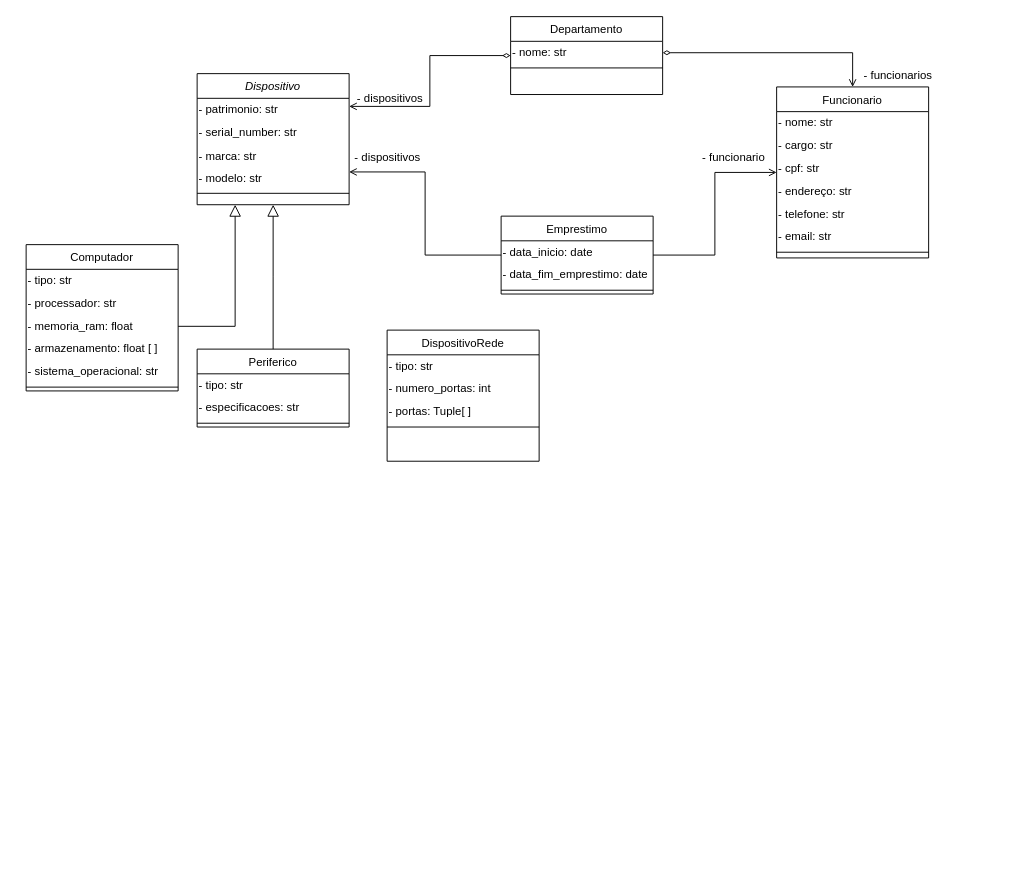
Earlier version of the draw.io diagram Diagrama sem nome.drawio (l-eduardo/dso_ufsc). Source tidied: cells renumbered, new cells numbered last; positions are measured from the earlier drawing's top-left corner, leaving out a move shared by most shapes. Both pictures are drawn from the tidied source at 95%, with x=0, y=0 at pixel (26, 16).
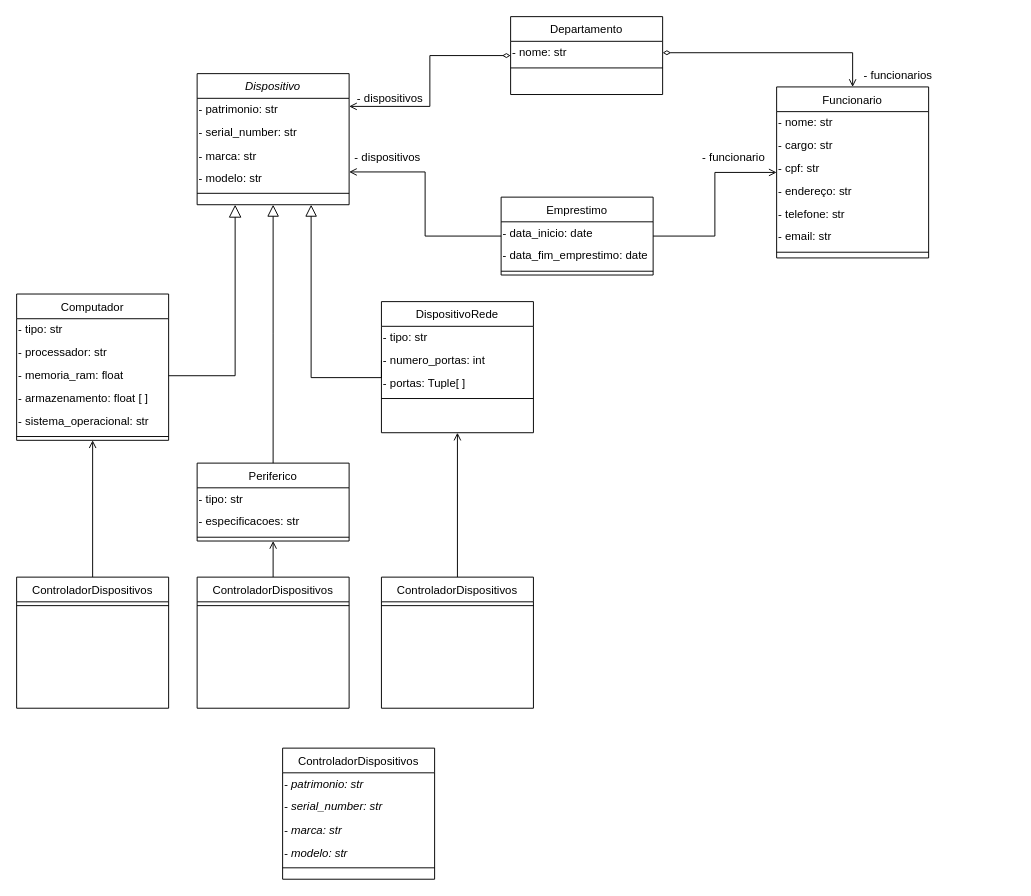
The same page after the edit.

Commit message:
Created controllers and abstract controller

The change refers to these unchanged cells:
```xml
<mxCell id="3" value="Dispositivo" style="swimlane;fontStyle=2;align=center;verticalAlign=top;horizontal=1;startSize=26;rounded=0;shadow=0;strokeWidth=1;" parent="1" vertex="1">
  <mxGeometry x="180" y="60" width="160" height="138" as="geometry" />
</mxCell>
<mxCell id="39" value="- memoria_ram: float" style="text;html=1;strokeColor=none;fillColor=none;align=left;verticalAlign=middle;whiteSpace=wrap;rounded=0;" parent="36" vertex="1">
  <mxGeometry y="74" width="160" height="24" as="geometry" />
</mxCell>
<mxCell id="46" value="- numero_portas: int" style="text;html=1;strokeColor=none;fillColor=none;align=left;verticalAlign=middle;whiteSpace=wrap;rounded=0;" parent="44" vertex="1">
  <mxGeometry y="50" width="160" height="24" as="geometry" />
</mxCell>
```

Diff of the diagram source:
```diff
@@
-    <mxCell id="4" value="- patrimonio: str" style="text;html=1;strokeColor=none;fillColor=none;align=left;verticalAlign=middle;whiteSpace=wrap;rounded=0;" parent="3" vertex="1">
+    <mxCell id="4" value="&lt;span&gt;- patrimonio: str&lt;/span&gt;" style="text;html=1;strokeColor=none;fillColor=none;align=left;verticalAlign=middle;whiteSpace=wrap;rounded=0;fontStyle=0;" parent="3" vertex="1">
       <mxGeometry y="26" width="160" height="24" as="geometry" />
     </mxCell>
-    <mxCell id="5" value="- serial_number: str" style="text;html=1;strokeColor=none;fillColor=none;align=left;verticalAlign=middle;whiteSpace=wrap;rounded=0;" parent="3" vertex="1">
+    <mxCell id="5" value="&lt;span&gt;- serial_number: str&lt;/span&gt;" style="text;html=1;strokeColor=none;fillColor=none;align=left;verticalAlign=middle;whiteSpace=wrap;rounded=0;fontStyle=0;" parent="3" vertex="1">
       <mxGeometry y="50" width="160" height="24" as="geometry" />
     </mxCell>
-    <mxCell id="6" value="- marca: str" style="text;html=1;strokeColor=none;fillColor=none;align=left;verticalAlign=middle;whiteSpace=wrap;rounded=0;spacing=2;" parent="3" vertex="1">
+    <mxCell id="6" value="&lt;span&gt;- marca: str&lt;/span&gt;" style="text;html=1;strokeColor=none;fillColor=none;align=left;verticalAlign=middle;whiteSpace=wrap;rounded=0;spacing=2;fontStyle=0;" parent="3" vertex="1">
       <mxGeometry y="74" width="160" height="26" as="geometry" />
     </mxCell>
-    <mxCell id="7" value="- modelo: str" style="text;html=1;strokeColor=none;fillColor=none;align=left;verticalAlign=middle;whiteSpace=wrap;rounded=0;spacing=2;" parent="3" vertex="1">
+    <mxCell id="7" value="&lt;span&gt;- modelo: str&lt;/span&gt;" style="text;html=1;strokeColor=none;fillColor=none;align=left;verticalAlign=middle;whiteSpace=wrap;rounded=0;spacing=2;fontStyle=0;" parent="3" vertex="1">
       <mxGeometry y="100" width="160" height="22" as="geometry" />
     </mxCell>
@@
     <mxCell id="9" value="Periferico" style="swimlane;fontStyle=0;align=center;verticalAlign=top;horizontal=1;startSize=26;rounded=0;shadow=0;strokeWidth=1;" parent="1" vertex="1">
-      <mxGeometry x="180" y="350" width="160" height="82" as="geometry" />
+      <mxGeometry x="180" y="470" width="160" height="82" as="geometry" />
     </mxCell>
@@
     <mxCell id="28" value="Emprestimo" style="swimlane;fontStyle=0;align=center;verticalAlign=top;horizontal=1;startSize=26;rounded=0;shadow=0;strokeWidth=1;" parent="1" vertex="1">
-      <mxGeometry x="500" y="210" width="160" height="82" as="geometry" />
+      <mxGeometry x="500" y="190" width="160" height="82" as="geometry" />
     </mxCell>
@@
     <mxCell id="36" value="Computador" style="swimlane;fontStyle=0;align=center;verticalAlign=top;horizontal=1;startSize=26;rounded=0;shadow=0;strokeWidth=1;" parent="1" vertex="1">
-      <mxGeometry y="240" width="160" height="154" as="geometry" />
+      <mxGeometry x="-10" y="292" width="160" height="154" as="geometry" />
     </mxCell>
@@
-    <mxCell id="43" style="edgeStyle=orthogonalEdgeStyle;rounded=0;jettySize=auto;html=1;exitX=1;exitY=0.5;exitDx=0;exitDy=0;entryX=0.25;entryY=1;entryDx=0;entryDy=0;endArrow=block;endFill=0;endSize=10;" parent="1" edge="1" source="39" target="3">
-      <mxGeometry relative="1" as="geometry" />
-    </mxCell>
     <mxCell id="44" value="DispositivoRede" style="swimlane;fontStyle=0;align=center;verticalAlign=top;horizontal=1;startSize=26;rounded=0;shadow=0;strokeWidth=1;" parent="1" vertex="1">
-      <mxGeometry x="380" y="330" width="160" height="138" as="geometry" />
+      <mxGeometry x="374" y="300" width="160" height="138" as="geometry" />
     </mxCell>
@@
+    <mxCell id="49" style="endArrow=block;endSize=10;endFill=0;shadow=0;strokeWidth=1;rounded=0;edgeStyle=elbowEdgeStyle;elbow=vertical;entryX=0.75;entryY=1;entryDx=0;entryDy=0;exitX=0;exitY=0.5;exitDx=0;exitDy=0;" parent="1" edge="1" source="46" target="3">
+      <mxGeometry relative="1" as="geometry">
+        <Array as="points">
+          <mxPoint x="340" y="380" />
+          <mxPoint x="380" y="320" />
+          <mxPoint x="360" y="340" />
+        </Array>
+      </mxGeometry>
+    </mxCell>
+    <mxCell id="43" style="edgeStyle=orthogonalEdgeStyle;rounded=0;jettySize=auto;html=1;exitX=1;exitY=0.5;exitDx=0;exitDy=0;entryX=0.25;entryY=1;entryDx=0;entryDy=0;endArrow=block;endFill=0;endSize=11;" parent="1" edge="1" source="39" target="3">
+      <mxGeometry relative="1" as="geometry" />
+    </mxCell>
+    <mxCell id="50" style="edgeStyle=orthogonalEdgeStyle;rounded=0;jettySize=auto;html=1;exitX=0.5;exitY=0;exitDx=0;exitDy=0;entryX=0.5;entryY=1;entryDx=0;entryDy=0;endArrow=open;endFill=0;" parent="1" edge="1" source="51" target="9">
+      <mxGeometry relative="1" as="geometry" />
+    </mxCell>
+    <mxCell id="51" value="ControladorDispositivos" style="swimlane;fontStyle=0;align=center;verticalAlign=top;horizontal=1;startSize=26;rounded=0;shadow=0;strokeWidth=1;" parent="1" vertex="1">
+      <mxGeometry x="180" y="590" width="160" height="138" as="geometry" />
+    </mxCell>
+    <mxCell id="52" style="line;html=1;strokeWidth=1;align=left;verticalAlign=middle;spacingTop=-1;spacingLeft=3;spacingRight=3;labelPosition=right;" parent="51" vertex="1">
+      <mxGeometry y="26" width="160" height="8" as="geometry" />
+    </mxCell>
+    <mxCell id="53" style="edgeStyle=orthogonalEdgeStyle;rounded=0;jettySize=auto;html=1;exitX=0.5;exitY=0;exitDx=0;exitDy=0;entryX=0.5;entryY=1;entryDx=0;entryDy=0;endArrow=open;endFill=0;" parent="1" edge="1" source="61" target="36">
+      <mxGeometry relative="1" as="geometry" />
+    </mxCell>
+    <mxCell id="54" style="edgeStyle=orthogonalEdgeStyle;rounded=0;jettySize=auto;html=1;exitX=0.5;exitY=0;exitDx=0;exitDy=0;entryX=0.5;entryY=1;entryDx=0;entryDy=0;endArrow=open;endFill=0;" parent="1" edge="1" source="63" target="44">
+      <mxGeometry relative="1" as="geometry" />
+    </mxCell>
+    <mxCell id="55" value="ControladorDispositivos" style="swimlane;fontStyle=0;align=center;verticalAlign=top;horizontal=1;startSize=26;rounded=0;shadow=0;strokeWidth=1;" parent="1" vertex="1">
+      <mxGeometry x="270" y="770" width="160" height="138" as="geometry" />
+    </mxCell>
+    <mxCell id="56" value="&lt;i&gt;- patrimonio: str&lt;/i&gt;" style="text;html=1;strokeColor=none;fillColor=none;align=left;verticalAlign=middle;whiteSpace=wrap;rounded=0;" parent="55" vertex="1">
+      <mxGeometry y="26" width="160" height="24" as="geometry" />
+    </mxCell>
+    <mxCell id="57" value="&lt;i&gt;- serial_number: str&lt;/i&gt;" style="text;html=1;strokeColor=none;fillColor=none;align=left;verticalAlign=middle;whiteSpace=wrap;rounded=0;" parent="55" vertex="1">
+      <mxGeometry y="50" width="160" height="24" as="geometry" />
+    </mxCell>
+    <mxCell id="58" value="&lt;i&gt;- marca: str&lt;/i&gt;" style="text;html=1;strokeColor=none;fillColor=none;align=left;verticalAlign=middle;whiteSpace=wrap;rounded=0;spacing=2;" parent="55" vertex="1">
+      <mxGeometry y="74" width="160" height="26" as="geometry" />
+    </mxCell>
+    <mxCell id="59" value="&lt;i&gt;- modelo: str&lt;/i&gt;" style="text;html=1;strokeColor=none;fillColor=none;align=left;verticalAlign=middle;whiteSpace=wrap;rounded=0;spacing=2;" parent="55" vertex="1">
+      <mxGeometry y="100" width="160" height="22" as="geometry" />
+    </mxCell>
+    <mxCell id="60" style="line;html=1;strokeWidth=1;align=left;verticalAlign=middle;spacingTop=-1;spacingLeft=3;spacingRight=3;labelPosition=right;" parent="55" vertex="1">
+      <mxGeometry y="122" width="160" height="8" as="geometry" />
+    </mxCell>
+    <mxCell id="61" value="ControladorDispositivos" style="swimlane;fontStyle=0;align=center;verticalAlign=top;horizontal=1;startSize=26;rounded=0;shadow=0;strokeWidth=1;" parent="1" vertex="1">
+      <mxGeometry x="-10" y="590" width="160" height="138" as="geometry" />
+    </mxCell>
+    <mxCell id="62" style="line;html=1;strokeWidth=1;align=left;verticalAlign=middle;spacingTop=-1;spacingLeft=3;spacingRight=3;labelPosition=right;" parent="61" vertex="1">
+      <mxGeometry y="26" width="160" height="8" as="geometry" />
+    </mxCell>
+    <mxCell id="63" value="ControladorDispositivos" style="swimlane;fontStyle=0;align=center;verticalAlign=top;horizontal=1;startSize=26;rounded=0;shadow=0;strokeWidth=1;" parent="1" vertex="1">
+      <mxGeometry x="374" y="590" width="160" height="138" as="geometry" />
+    </mxCell>
+    <mxCell id="64" style="line;html=1;strokeWidth=1;align=left;verticalAlign=middle;spacingTop=-1;spacingLeft=3;spacingRight=3;labelPosition=right;" parent="63" vertex="1">
+      <mxGeometry y="26" width="160" height="8" as="geometry" />
+    </mxCell>
```
